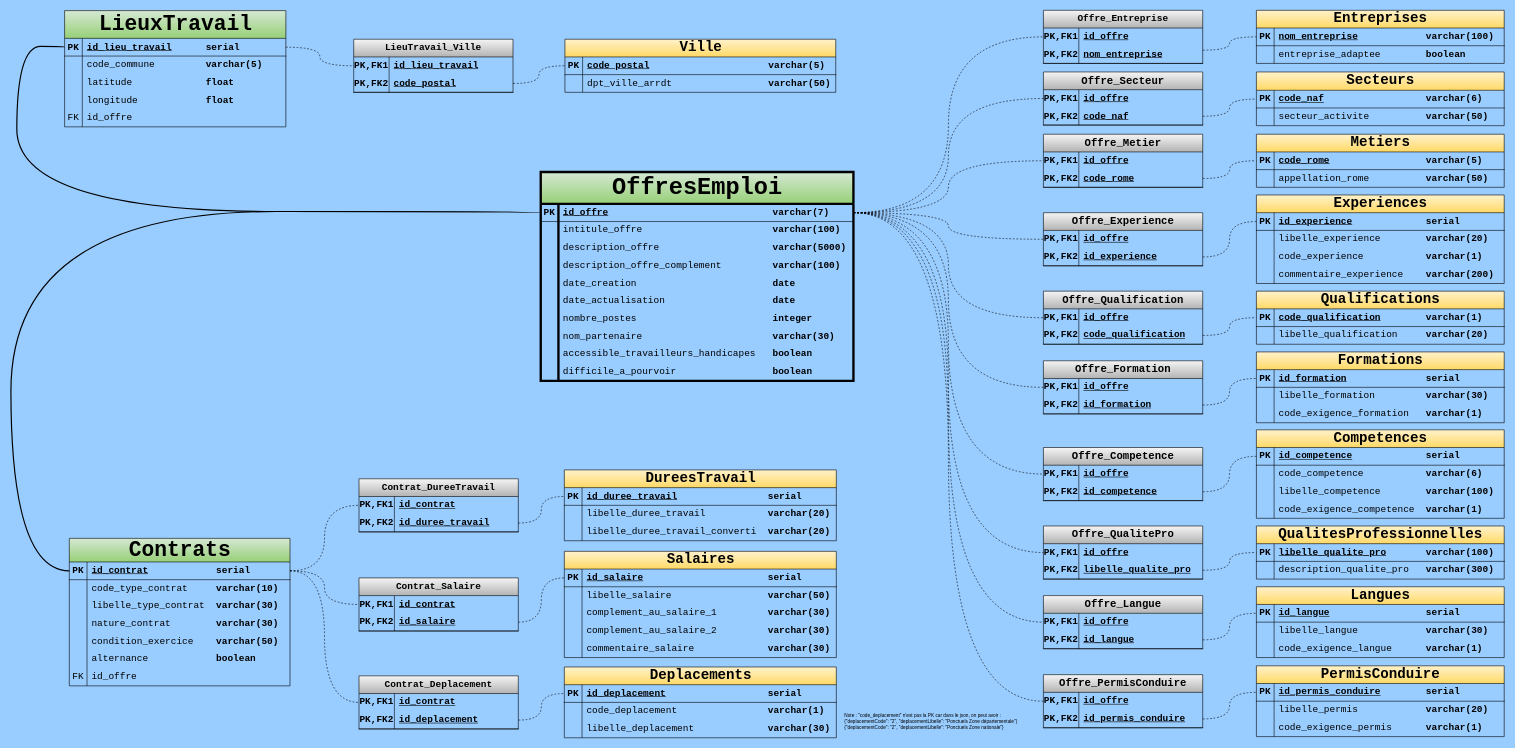
Above: load_sql/France_Travail/UML_francetravail_v2_plus_tables_de_transition.drawio in vimchun/Job-Market-in-France (draw.io), before the change. Source tidied: cells renumbered, new cells numbered last; positions are measured from the earlier drawing's top-left corner, leaving out a move shared by most shapes. Both pictures are drawn from the tidied source at 59%, with x=0, y=0 at pixel (11, 10).
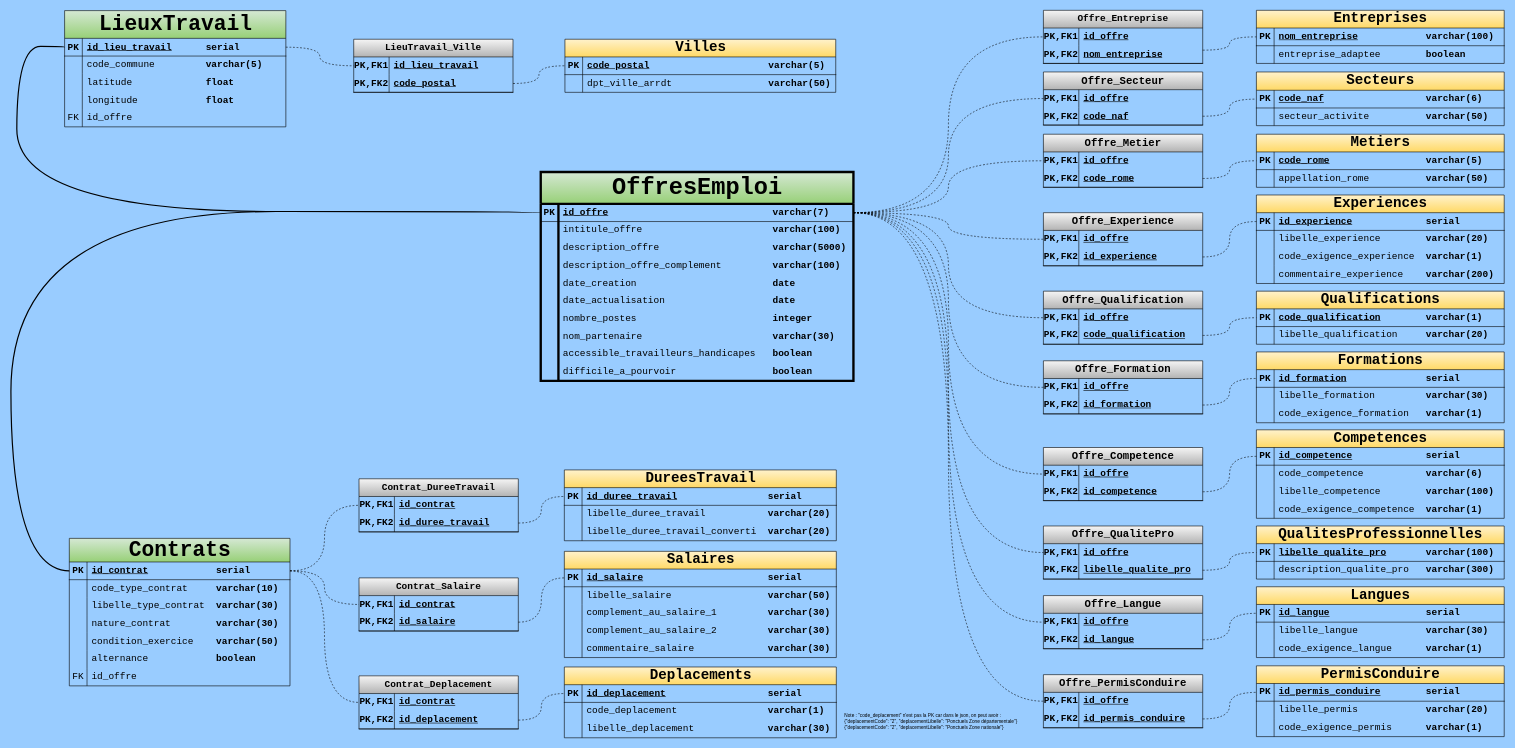
The same page after the edit.

Commit message (it also covers changes not shown here):
update script sql création tables, nouveau script sql pour supprimer les tables, update fichiers drawio+csv

The change refers to these unchanged cells:
```xml
<mxCell id="213" style="shape=tableRow;horizontal=0;startSize=0;swimlaneHead=0;swimlaneBody=0;fillColor=none;top=0;left=0;right=0;bottom=0;rounded=0;fontFamily=Courier New;fontSize=16;strokeColor=#000000;" parent="206" vertex="1">
  <mxGeometry y="90" width="420" height="30" as="geometry" />
</mxCell>
```

The edit, as a diff of the source:
```diff
@@
-    <mxCell id="215" value="code_experience&amp;nbsp; &amp;nbsp; &amp;nbsp; &amp;nbsp; &amp;nbsp; &amp;nbsp;&lt;b&gt;varchar(1)&lt;/b&gt;" style="shape=partialRectangle;fillColor=none;top=0;left=0;bottom=0;right=0;align=left;spacingLeft=6;overflow=hidden;whiteSpace=wrap;html=1;rounded=0;fontFamily=Courier New;fontSize=16;strokeColor=#000000;" parent="213" vertex="1">
+    <mxCell id="215" value="code_exigence_experience&amp;nbsp; &lt;b&gt;varchar(1)&lt;/b&gt;" style="shape=partialRectangle;fillColor=none;top=0;left=0;bottom=0;right=0;align=left;spacingLeft=6;overflow=hidden;whiteSpace=wrap;html=1;rounded=0;fontFamily=Courier New;fontSize=16;strokeColor=#000000;" parent="213" vertex="1">
       <mxGeometry x="30" width="390" height="30" as="geometry" />
     </mxCell>
@@
-    <mxCell id="241" value="&lt;font style=&quot;font-size: 24px;&quot;&gt;Ville&lt;/font&gt;" style="shape=table;startSize=30;childLayout=tableLayout;rowLines=0;fontStyle=1;align=center;html=1;fillColor=#fff2cc;strokeColor=#000000;rounded=0;fontFamily=Courier New;fontSize=16;gradientColor=#ffd966;" parent="1" vertex="1">
+    <mxCell id="241" value="&lt;font style=&quot;font-size: 24px;&quot;&gt;Villes&lt;/font&gt;" style="shape=table;startSize=30;childLayout=tableLayout;rowLines=0;fontStyle=1;align=center;html=1;fillColor=#fff2cc;strokeColor=#000000;rounded=0;fontFamily=Courier New;fontSize=16;gradientColor=#ffd966;" parent="1" vertex="1">
       <mxGeometry x="939" y="49" width="459" height="90" as="geometry" />
     </mxCell>
```
